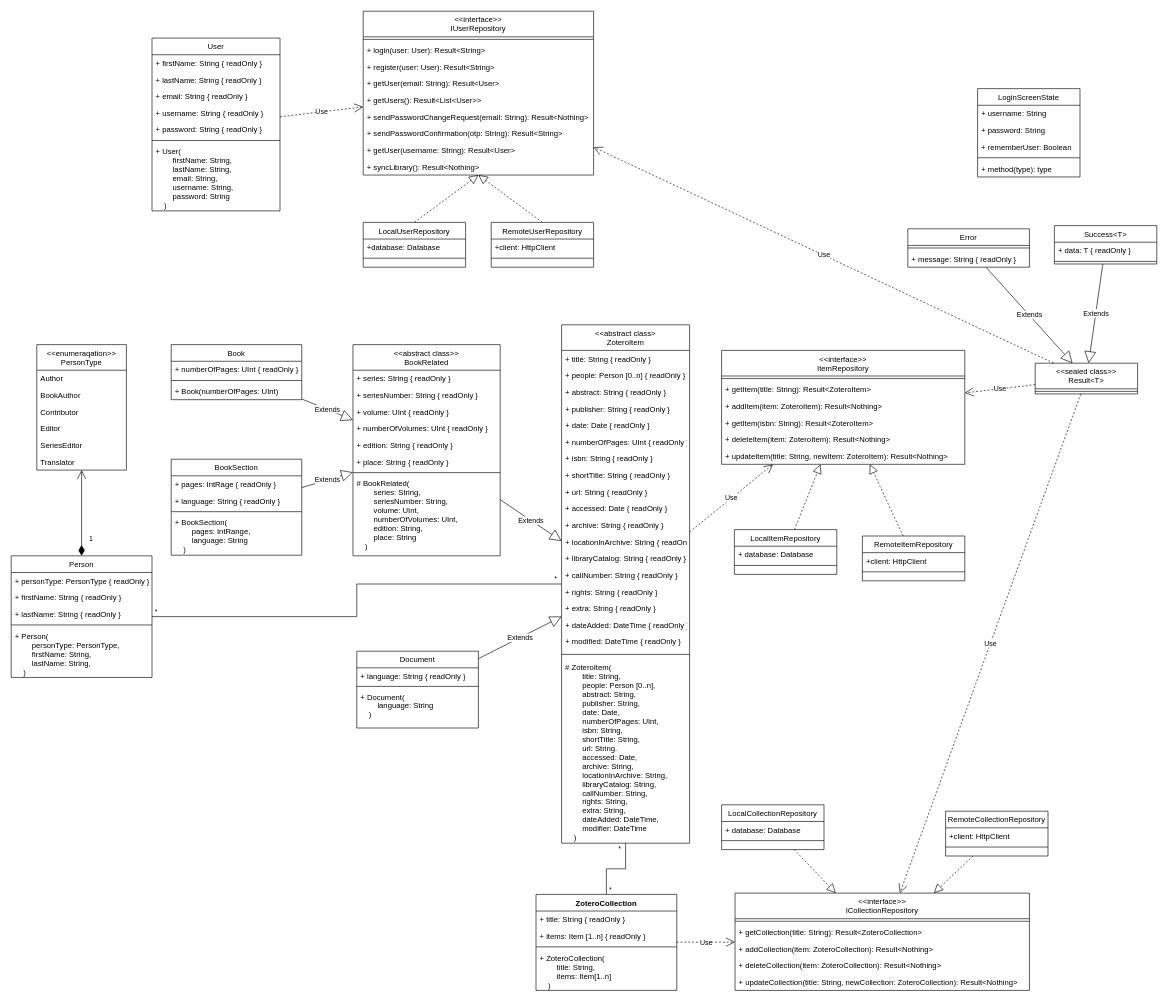
This is ClassDiagram.drawio from SoftwareDesignKNU/SoftwareDesign, a draw.io file, before an edit. Source tidied: cells renumbered, new cells numbered last; positions are measured from the earlier drawing's top-left corner, leaving out a move shared by most shapes. Both pictures are drawn from the tidied source at 64%, with x=0, y=0 at pixel (11, 11).
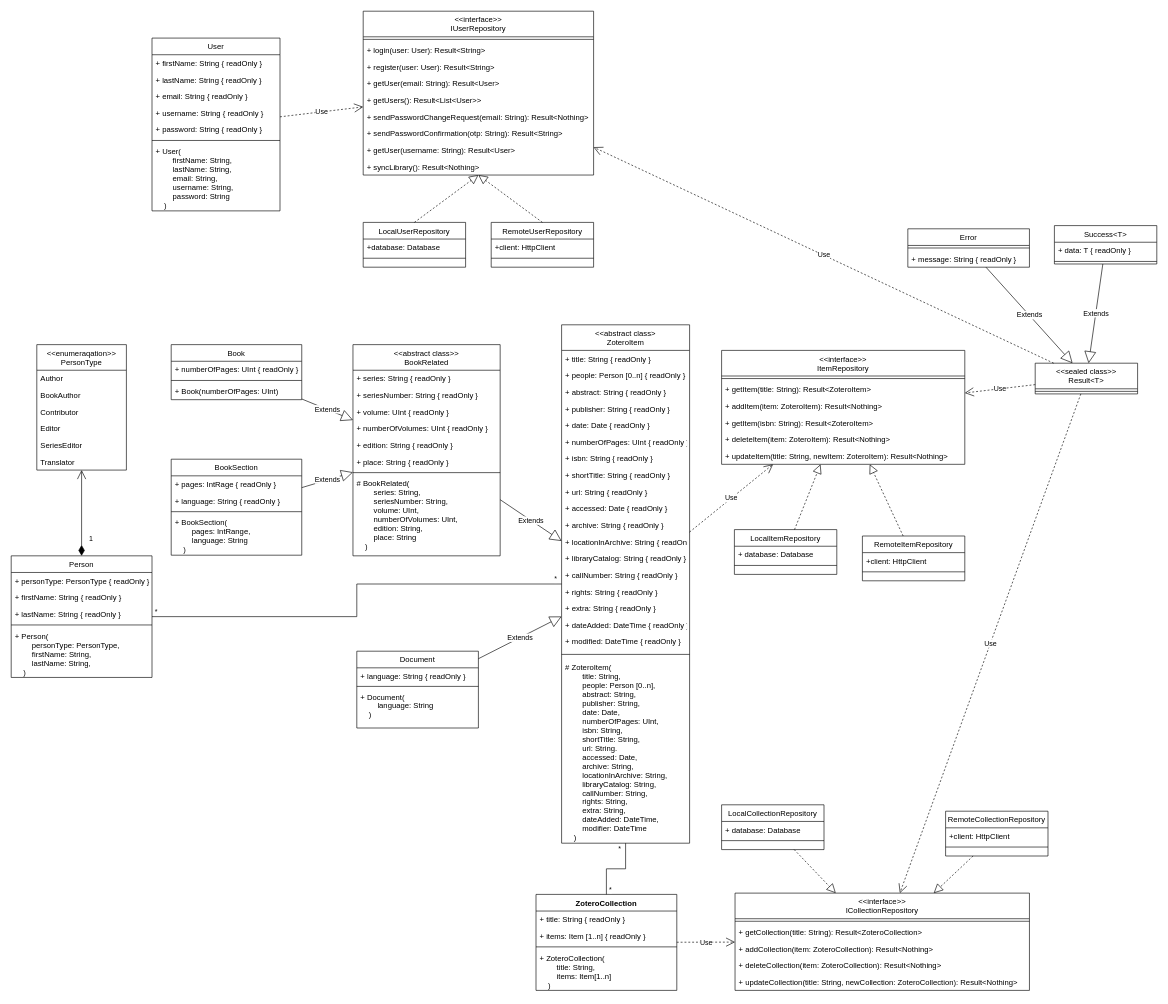
The same diagram, later.

Change to the diagram source:
```diff
@@
-    <mxCell id="121" value="LoginScreenState" style="swimlane;fontStyle=0;align=center;verticalAlign=top;horizontal=1;startSize=26;fontColor=default;" parent="1" vertex="1">
-      <mxGeometry x="1510" y="121" width="160" height="138" as="geometry" />
-    </mxCell>
-    <mxCell id="122" value="+ username: String" style="text;strokeColor=none;fillColor=none;align=left;verticalAlign=top;spacingLeft=4;spacingRight=4;overflow=hidden;fontColor=default;" parent="121" vertex="1">
-      <mxGeometry y="26" width="160" height="26" as="geometry" />
-    </mxCell>
-    <mxCell id="123" value="+ password: String" style="text;strokeColor=none;fillColor=none;align=left;verticalAlign=top;spacingLeft=4;spacingRight=4;overflow=hidden;fontColor=default;" parent="121" vertex="1">
-      <mxGeometry y="52" width="160" height="26" as="geometry" />
-    </mxCell>
-    <mxCell id="124" value="+ rememberUser: Boolean" style="text;strokeColor=none;fillColor=none;align=left;verticalAlign=top;spacingLeft=4;spacingRight=4;overflow=hidden;fontColor=default;" parent="121" vertex="1">
-      <mxGeometry y="78" width="160" height="26" as="geometry" />
-    </mxCell>
-    <mxCell id="125" style="line;strokeWidth=1;fillColor=none;align=left;verticalAlign=middle;spacingTop=-1;spacingLeft=3;spacingRight=3;labelPosition=right;strokeColor=inherit;fontColor=default;" parent="121" vertex="1">
-      <mxGeometry y="104" width="160" height="8" as="geometry" />
-    </mxCell>
-    <mxCell id="126" value="+ method(type): type" style="text;strokeColor=none;fillColor=none;align=left;verticalAlign=top;spacingLeft=4;spacingRight=4;overflow=hidden;fontColor=default;" parent="121" vertex="1">
-      <mxGeometry y="112" width="160" height="26" as="geometry" />
-    </mxCell>
```
